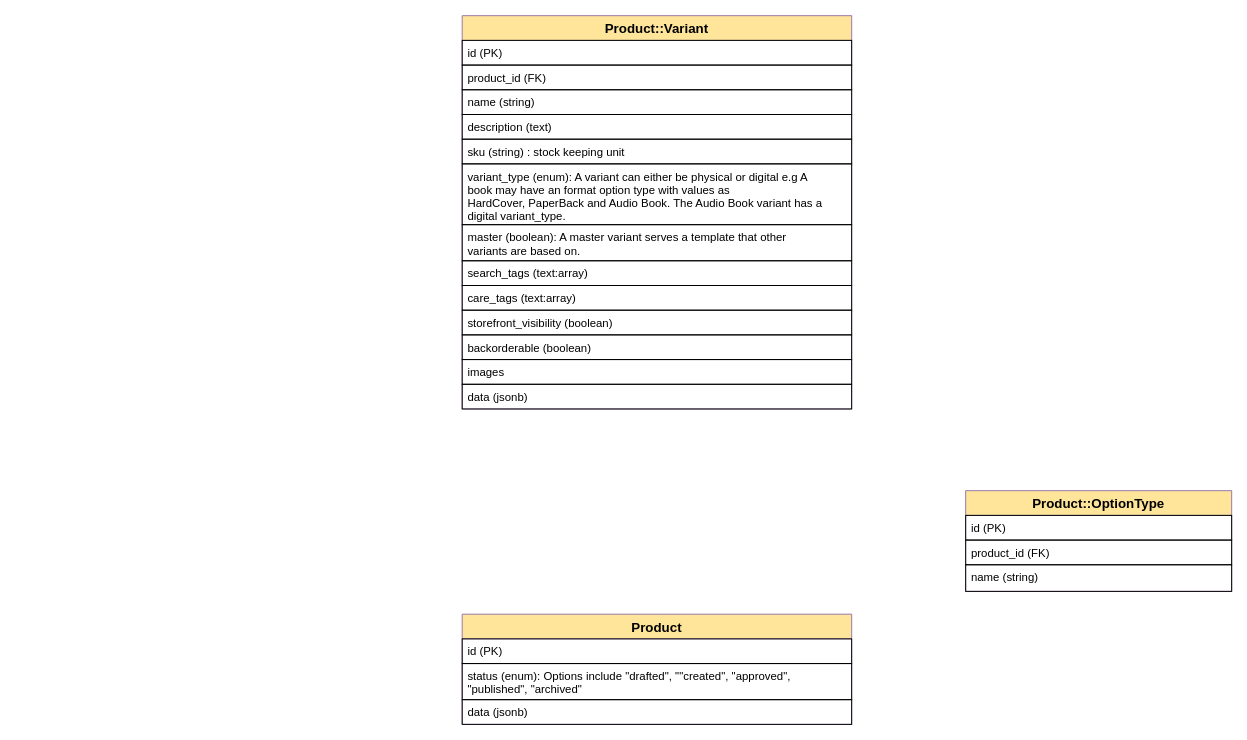
This is soko-erd.drawio from philip-maina/soko, a draw.io file, before an edit. Source tidied: cells renumbered, new cells numbered last; positions are measured from the earlier drawing's top-left corner, leaving out a move shared by most shapes. Both pictures are drawn from the tidied source at 95%, with x=0, y=0 at pixel (462, 15).
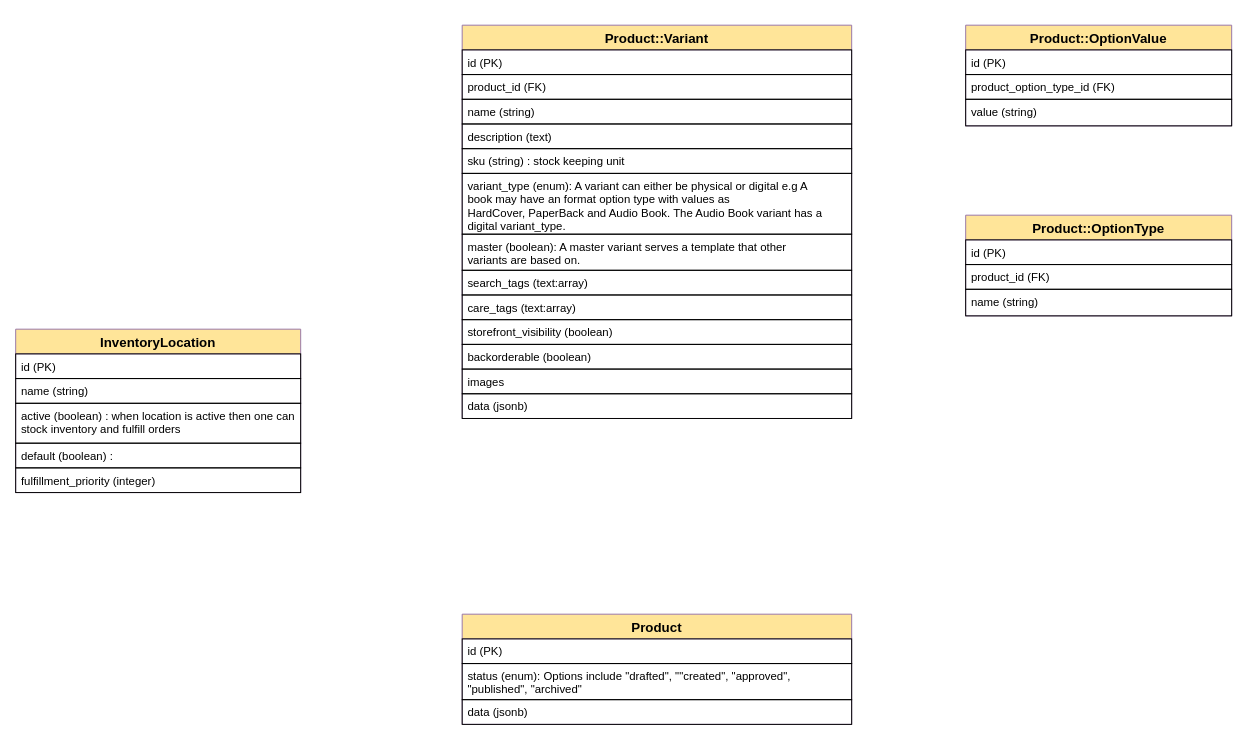
The same page after the edit.

Commit message:
feat (domain modelling) : Update soko-erd.drawio

What changed in the source:
```diff
@@
     <mxCell id="2" value="Product::Variant" style="swimlane;fontStyle=1;horizontal=1;startSize=26;align=center;fontSize=14;strokeColor=#9673a6;fillColor=#FFE599;" parent="1" vertex="1">
-      <mxGeometry width="410" height="414" as="geometry" />
+      <mxGeometry y="10" width="410" height="414" as="geometry" />
     </mxCell>
@@
     <mxCell id="20" value="Product::OptionType" style="swimlane;fontStyle=1;horizontal=1;startSize=26;align=center;fontSize=14;strokeColor=#9673a6;fillColor=#FFE599;" parent="1" vertex="1">
-      <mxGeometry x="530" y="500" width="280" height="106" as="geometry" />
+      <mxGeometry x="530" y="210" width="280" height="106" as="geometry" />
     </mxCell>
@@
+    <mxCell id="24" value="InventoryLocation" style="swimlane;fontStyle=1;horizontal=1;startSize=26;align=center;fontSize=14;strokeColor=#9673a6;fillColor=#FFE599;" parent="1" vertex="1">
+      <mxGeometry x="-470" y="330" width="300" height="172" as="geometry" />
+    </mxCell>
+    <mxCell id="25" value="id (PK)" style="text;strokeColor=#000000;fillColor=none;spacingLeft=4;spacingRight=4;overflow=hidden;fontSize=12;" parent="24" vertex="1">
+      <mxGeometry y="26" width="300" height="26" as="geometry" />
+    </mxCell>
+    <mxCell id="26" value="name (string)" style="text;strokeColor=#000000;fillColor=none;spacingLeft=4;spacingRight=4;overflow=hidden;fontSize=12;" parent="24" vertex="1">
+      <mxGeometry y="52" width="300" height="26" as="geometry" />
+    </mxCell>
+    <mxCell id="27" value="active (boolean) : when location is active then one can &#10;stock inventory and fulfill orders" style="text;strokeColor=#000000;fillColor=none;spacingLeft=4;spacingRight=4;overflow=hidden;fontSize=12;" parent="24" vertex="1">
+      <mxGeometry y="78" width="300" height="42" as="geometry" />
+    </mxCell>
+    <mxCell id="28" value="default (boolean) :  " style="text;strokeColor=#000000;fillColor=none;spacingLeft=4;spacingRight=4;overflow=hidden;fontSize=12;" parent="24" vertex="1">
+      <mxGeometry y="120" width="300" height="26" as="geometry" />
+    </mxCell>
+    <mxCell id="29" value="fulfillment_priority (integer)" style="text;strokeColor=#000000;fillColor=none;spacingLeft=4;spacingRight=4;overflow=hidden;fontSize=12;" parent="24" vertex="1">
+      <mxGeometry y="146" width="300" height="26" as="geometry" />
+    </mxCell>
+    <mxCell id="30" value="Product::OptionValue" style="swimlane;fontStyle=1;horizontal=1;startSize=26;align=center;fontSize=14;strokeColor=#9673a6;fillColor=#FFE599;" parent="1" vertex="1">
+      <mxGeometry x="530" y="10" width="280" height="106" as="geometry" />
+    </mxCell>
+    <mxCell id="31" value="id (PK)" style="text;strokeColor=#000000;fillColor=none;spacingLeft=4;spacingRight=4;overflow=hidden;fontSize=12;" parent="30" vertex="1">
+      <mxGeometry y="26" width="280" height="26" as="geometry" />
+    </mxCell>
+    <mxCell id="32" value="product_option_type_id (FK)" style="text;strokeColor=#000000;fillColor=none;spacingLeft=4;spacingRight=4;overflow=hidden;fontSize=12;" parent="30" vertex="1">
+      <mxGeometry y="52" width="280" height="26" as="geometry" />
+    </mxCell>
+    <mxCell id="33" value="value (string)" style="text;strokeColor=#000000;fillColor=none;spacingLeft=4;spacingRight=4;overflow=hidden;fontSize=12;fontStyle=0;" parent="30" vertex="1">
+      <mxGeometry y="78" width="280" height="28" as="geometry" />
+    </mxCell>
```
